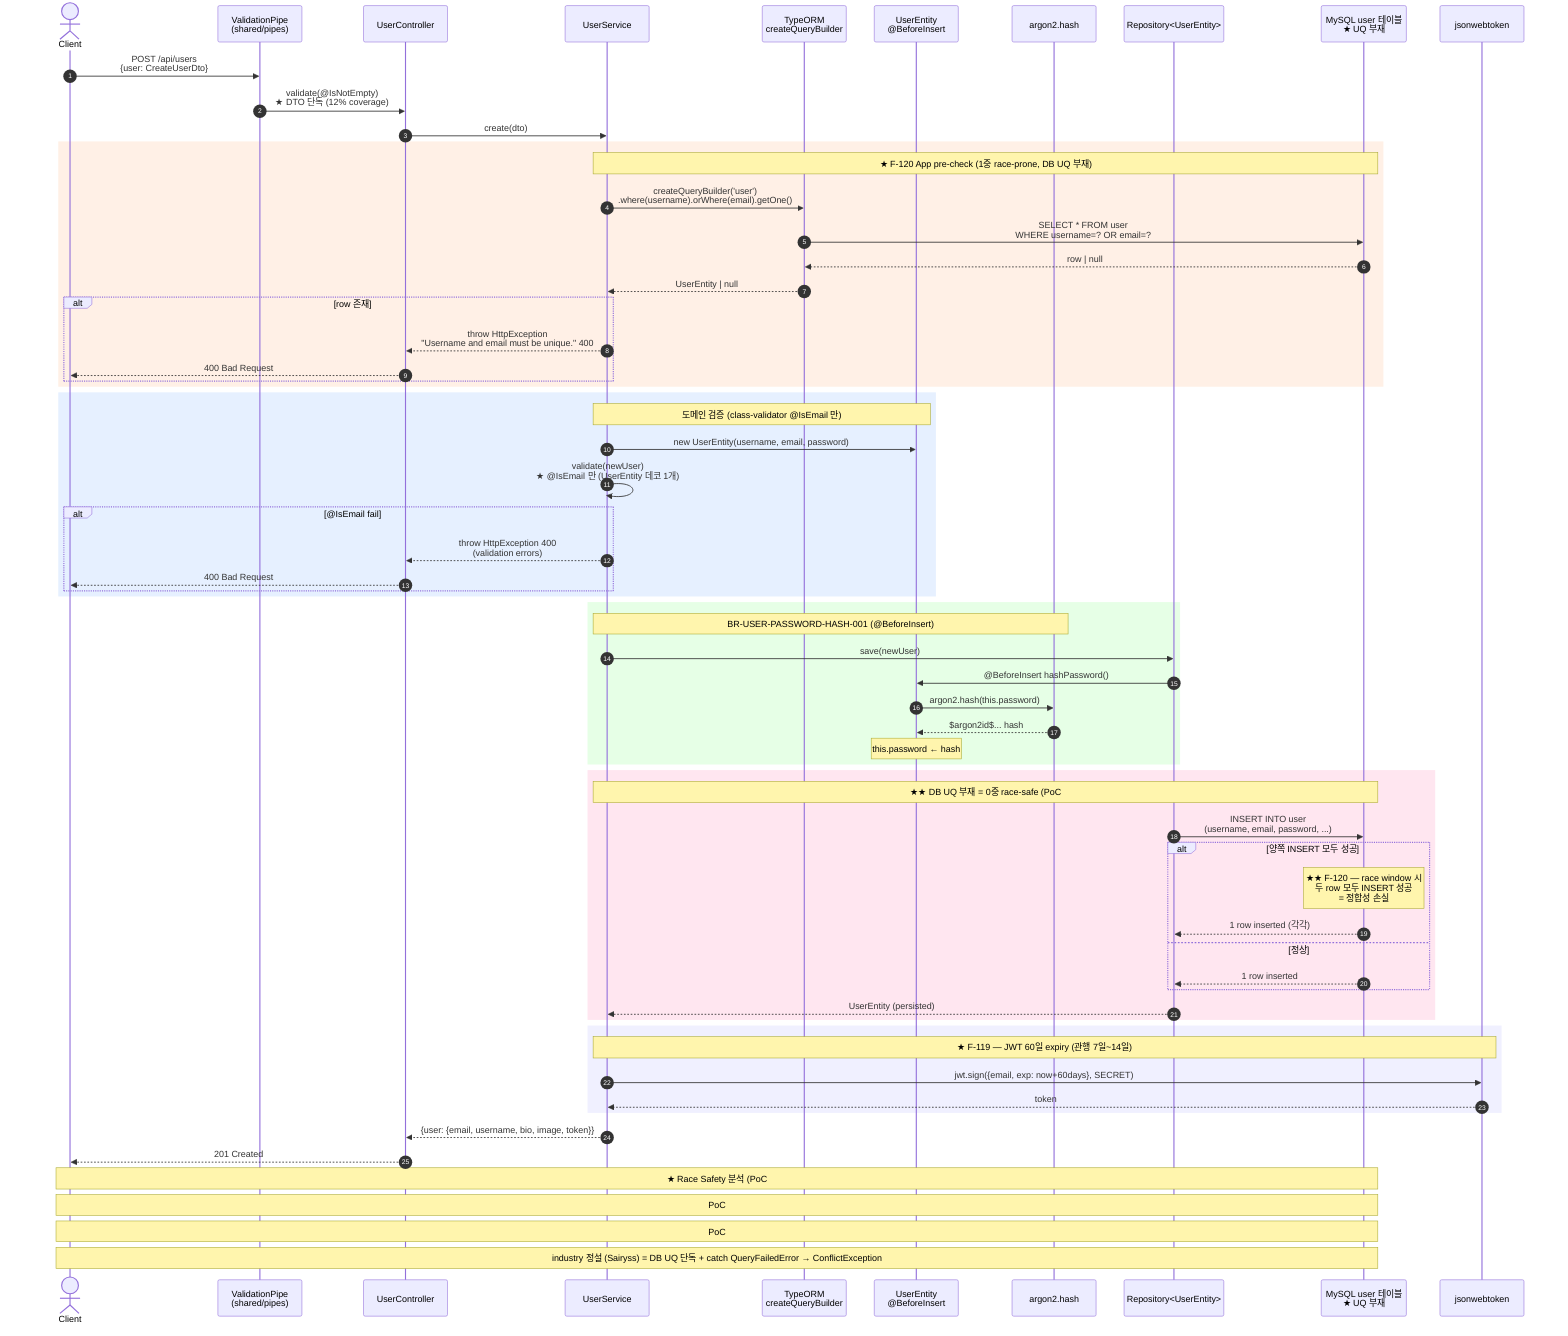
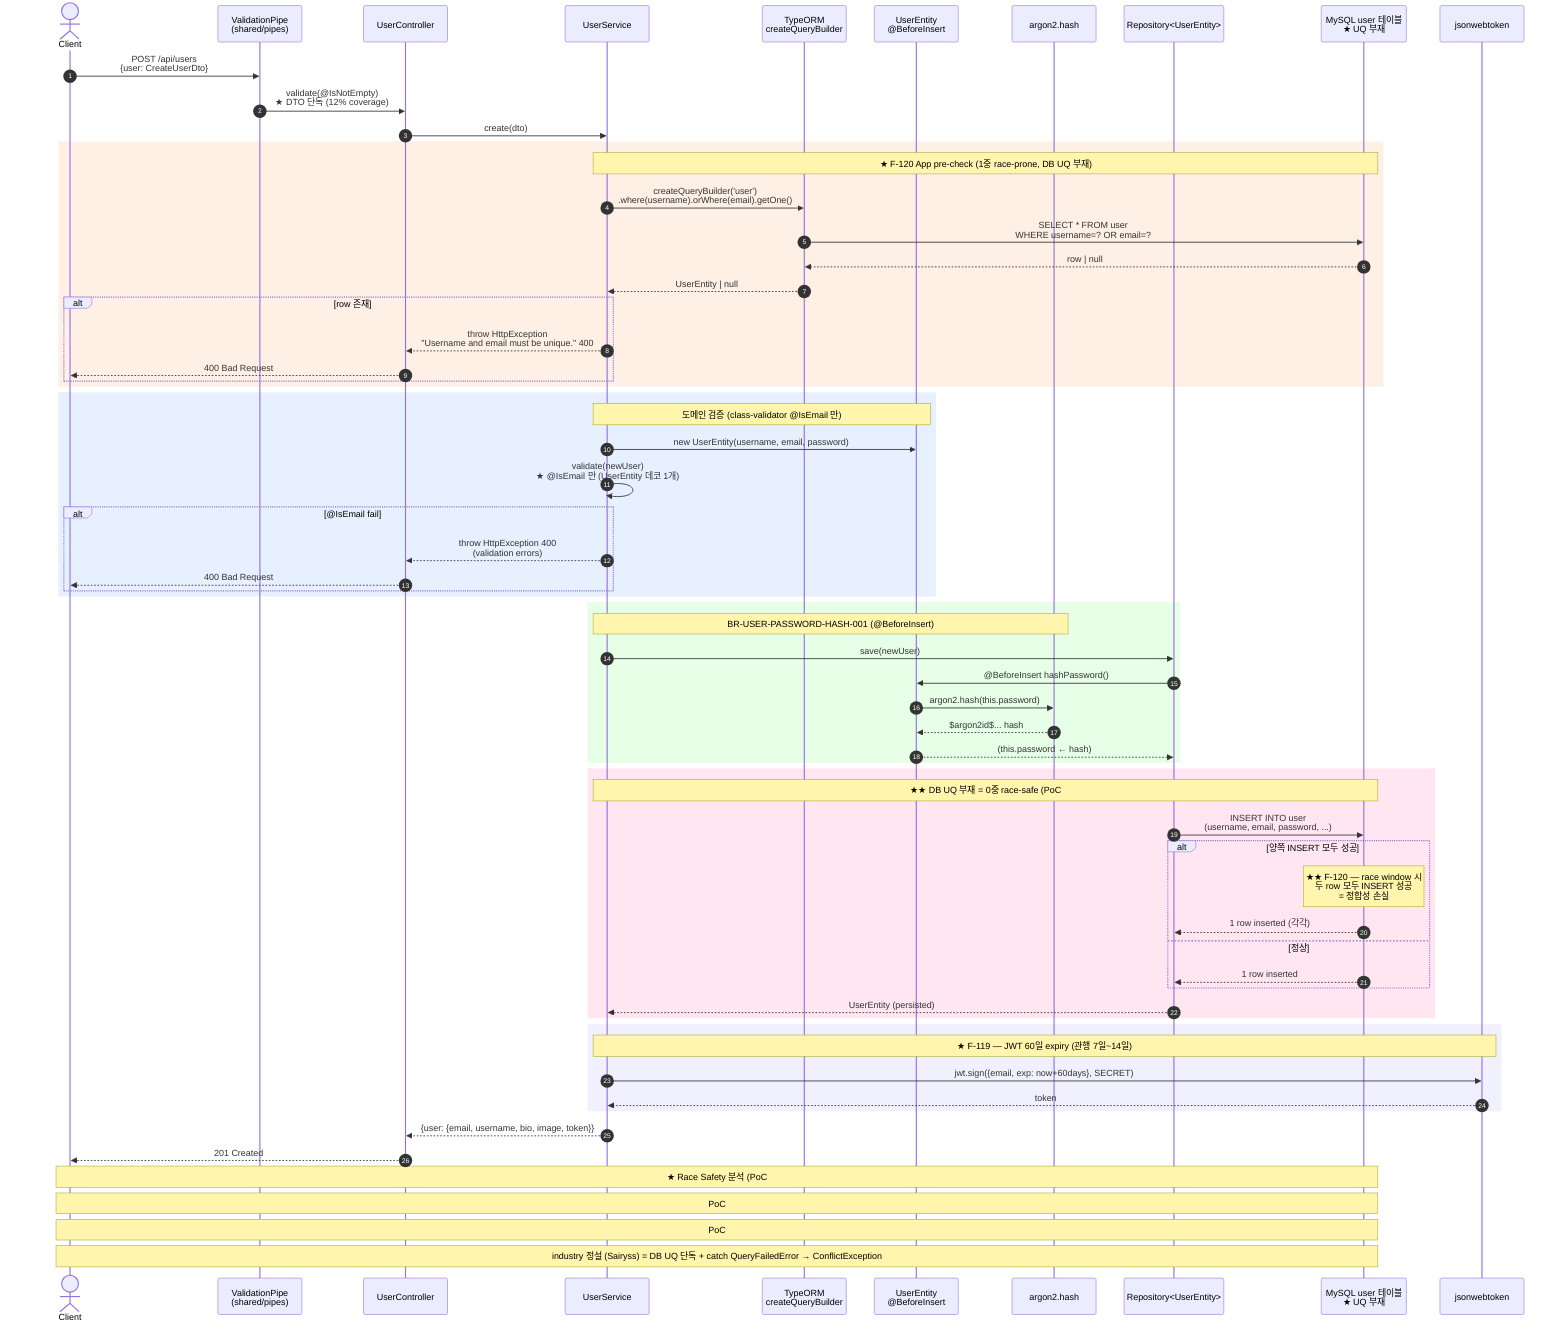
%% PoC #03 — UC-USER-SIGNUP Sequence Diagram (Phase 4.5)
%% 일자: 2026-04-30
%% Source of Truth: 코드 (src/user/user.{controller,service,entity}.ts + create-user.dto.ts)
%% Direction: B (코드 → L1)
%% PoC #02 cross-validation: 같은 흐름이나 DB UQ 부재로 race window 한 단계 더 위험

sequenceDiagram
    autonumber
    actor Client
    participant ValidationPipe as ValidationPipe<br/>(shared/pipes)
    participant Controller as UserController
    participant Service as UserService
    participant QueryBuilder as TypeORM<br/>createQueryBuilder
    participant Entity as UserEntity<br/>@BeforeInsert
    participant Argon2 as argon2.hash
    participant Repository as Repository<UserEntity>
    participant DB as MySQL user 테이블<br/>★ UQ 부재
    participant JWT as jsonwebtoken

    Client->>ValidationPipe: POST /api/users<br/>{user: CreateUserDto}
    ValidationPipe->>Controller: validate(@IsNotEmpty)<br/>★ DTO 단독 (12% coverage)
    Controller->>Service: create(dto)

    rect rgb(255, 240, 230)
        Note over Service,DB: ★ F-120 App pre-check (1중 race-prone, DB UQ 부재)
        Service->>QueryBuilder: createQueryBuilder('user')<br/>.where(username).orWhere(email).getOne()
        QueryBuilder->>DB: SELECT * FROM user<br/>WHERE username=? OR email=?
        DB-->>QueryBuilder: row | null
        QueryBuilder-->>Service: UserEntity | null

        alt row 존재
            Service-->>Controller: throw HttpException<br/>"Username and email must be unique." 400
            Controller-->>Client: 400 Bad Request
        end
    end

    rect rgb(230, 240, 255)
        Note over Service,Entity: 도메인 검증 (class-validator @IsEmail 만)
        Service->>Entity: new UserEntity(username, email, password)
        Service->>Service: validate(newUser)<br/>★ @IsEmail 만 (UserEntity 데코 1개)

        alt @IsEmail fail
            Service-->>Controller: throw HttpException 400<br/>(validation errors)
            Controller-->>Client: 400 Bad Request
        end
    end

    rect rgb(230, 255, 230)
        Note over Service,Argon2: BR-USER-PASSWORD-HASH-001 (@BeforeInsert)
        Service->>Repository: save(newUser)
        Repository->>Entity: @BeforeInsert hashPassword()
        Entity->>Argon2: argon2.hash(this.password)
        Argon2-->>Entity: $argon2id$... hash
-         Note over Entity: this.password ← hash
+         Entity-->>Repository: (this.password ← hash)
    end

    rect rgb(255, 230, 240)
        Note over Service,DB: ★★ DB UQ 부재 = 0중 race-safe (PoC #02 = App+DB 2중)
        Repository->>DB: INSERT INTO user<br/>(username, email, password, ...)

        alt 양쪽 INSERT 모두 성공
            Note over DB: ★★ F-120 — race window 시<br/>두 row 모두 INSERT 성공<br/>= 정합성 손실
            DB-->>Repository: 1 row inserted (각각)
        else 정상
            DB-->>Repository: 1 row inserted
        end

        Repository-->>Service: UserEntity (persisted)
    end

    rect rgb(240, 240, 255)
        Note over Service,JWT: ★ F-119 — JWT 60일 expiry (관행 7일~14일)
        Service->>JWT: jwt.sign({email, exp: now+60days}, SECRET)
        JWT-->>Service: token
    end

    Service-->>Controller: {user: {email, username, bio, image, token}}
    Controller-->>Client: 201 Created

    Note over Client,DB: ★ Race Safety 분석 (PoC #02 cross-val)
    Note over Client,DB: PoC #02 = App pre + DB UQ = 2중 race-safe
    Note over Client,DB: PoC #03 = App pre 1중 + DB UQ ❌ = 0중 race-safe
    Note over Client,DB: industry 정설 (Sairyss) = DB UQ 단독 + catch QueryFailedError → ConflictException
